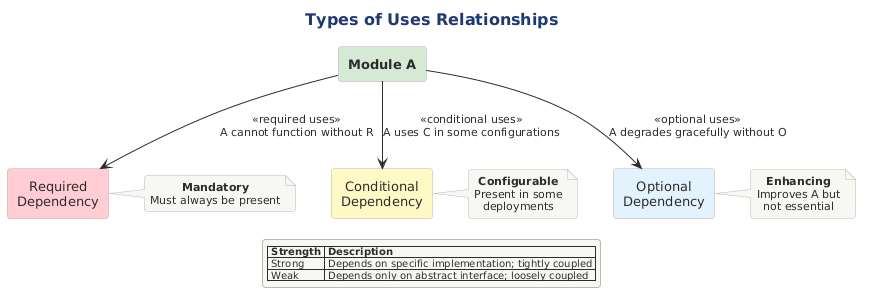
Notoriousjayy/latex-docs keeps this PlantUML diagram as src/architecture/views-and-beyond/style-catalogs/module/uses-style/png/types-of-uses-relationships.png. Above is the earlier version.
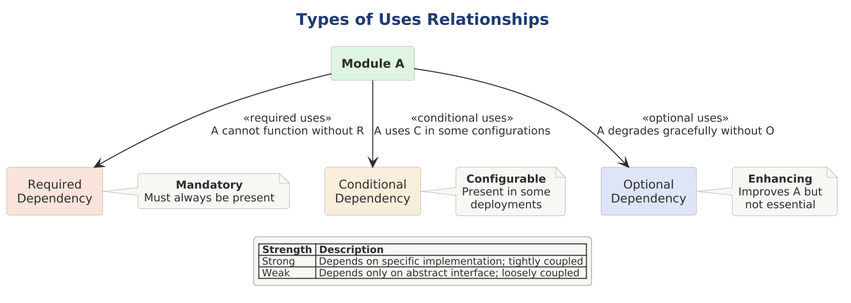
The same diagram one commit later.

Diff of the diagram source:
```diff
@@ -1,17 +1,19 @@
 @startuml
 
-skinparam RectangleBorderColor #2C3E50
+skinparam dpi 150
+
+
+
+
 !include ../../../../../../tooling/styles/plantuml/structural/component-diagram-style.iuml
-
-skinparam RectangleFontSize 13
 
 title Types of Uses Relationships
 
-rectangle "**Module A**" as A #D5E8D4
+rectangle "**Module A**" as A $fill_ok
 
-rectangle "Required\nDependency" as R #FFCDD2
-rectangle "Conditional\nDependency" as C #FFF9C4
-rectangle "Optional\nDependency" as O #E3F2FD
+rectangle "Required\nDependency" as R $fill_invalid
+rectangle "Conditional\nDependency" as C $fill_caution
+rectangle "Optional\nDependency" as O $fill_primary
 
 A -down-> R : <<required uses>>\nA cannot function without R
 A -down-> C : <<conditional uses>>\nA uses C in some configurations
```
